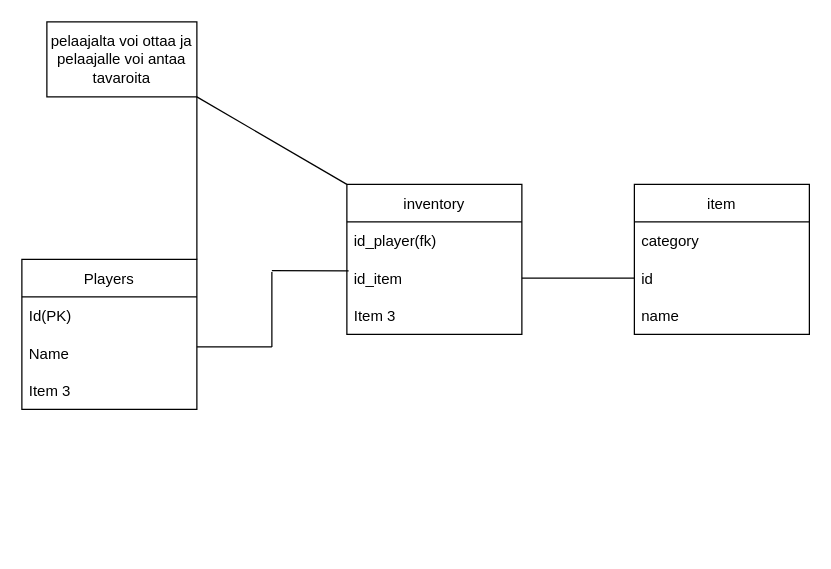
Above: Nimetön kaavio.drawio in danielmakela/Database (draw.io), before the change. Source tidied: cells renumbered, new cells numbered last; positions are measured from the earlier drawing's top-left corner, leaving out a move shared by most shapes. Both pictures are drawn from the tidied source at 125%, with x=0, y=0 at pixel (21, 21).
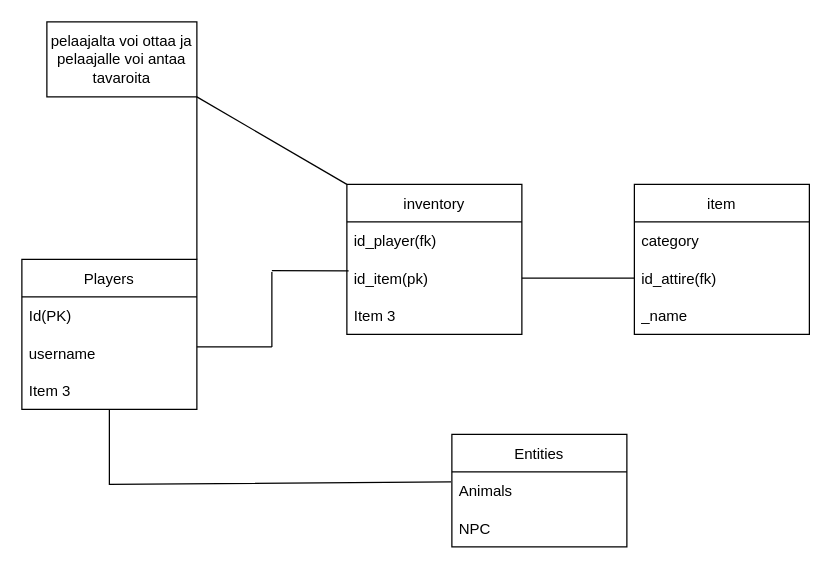
The same page after the edit.

The change refers to these unchanged cells:
```xml
<mxCell id="2" value="Players" style="swimlane;fontStyle=0;horizontal=1;startSize=30;" parent="1" vertex="1">
  <mxGeometry y="190" width="140" height="120" as="geometry" />
</mxCell>
<mxCell id="6" value="inventory" style="swimlane;fontStyle=0;horizontal=1;startSize=30;" parent="1" vertex="1">
  <mxGeometry x="260" y="130" width="140" height="120" as="geometry" />
</mxCell>
<mxCell id="10" value="item" style="swimlane;fontStyle=0;horizontal=1;startSize=30;" parent="1" vertex="1">
  <mxGeometry x="490" y="130" width="140" height="120" as="geometry" />
</mxCell>
```

Change to the diagram source:
```diff
@@
-    <mxCell id="4" value="Name" style="text;strokeColor=none;fillColor=none;align=left;verticalAlign=middle;spacingLeft=4;spacingRight=4;overflow=hidden;" parent="2" vertex="1">
+    <mxCell id="4" value="username" style="text;strokeColor=none;fillColor=none;align=left;verticalAlign=middle;spacingLeft=4;spacingRight=4;overflow=hidden;" parent="2" vertex="1">
       <mxGeometry y="60" width="140" height="30" as="geometry" />
     </mxCell>
@@
-    <mxCell id="8" value="id_item" style="text;strokeColor=none;fillColor=none;align=left;verticalAlign=middle;spacingLeft=4;spacingRight=4;overflow=hidden;points=[[0,0.5],[1,0.5]];portConstraint=eastwest;" parent="6" vertex="1">
+    <mxCell id="8" value="id_item(pk)" style="text;strokeColor=none;fillColor=none;align=left;verticalAlign=middle;spacingLeft=4;spacingRight=4;overflow=hidden;points=[[0,0.5],[1,0.5]];portConstraint=eastwest;" parent="6" vertex="1">
       <mxGeometry y="60" width="140" height="30" as="geometry" />
     </mxCell>
@@
-    <mxCell id="12" value="id" style="text;strokeColor=none;fillColor=none;align=left;verticalAlign=middle;spacingLeft=4;spacingRight=4;overflow=hidden;points=[[0,0.5],[1,0.5]];portConstraint=eastwest;" parent="10" vertex="1">
+    <mxCell id="12" value="id_attire(fk)" style="text;strokeColor=none;fillColor=none;align=left;verticalAlign=middle;spacingLeft=4;spacingRight=4;overflow=hidden;points=[[0,0.5],[1,0.5]];portConstraint=eastwest;" parent="10" vertex="1">
       <mxGeometry y="60" width="140" height="30" as="geometry" />
     </mxCell>
-    <mxCell id="13" value="name" style="text;strokeColor=none;fillColor=none;align=left;verticalAlign=middle;spacingLeft=4;spacingRight=4;overflow=hidden;" parent="10" vertex="1">
+    <mxCell id="13" value="_name" style="text;strokeColor=none;fillColor=none;align=left;verticalAlign=middle;spacingLeft=4;spacingRight=4;overflow=hidden;" parent="10" vertex="1">
       <mxGeometry y="90" width="140" height="30" as="geometry" />
     </mxCell>
@@
+    <mxCell id="21" value="Entities" style="swimlane;fontStyle=0;horizontal=1;startSize=30;" parent="1" vertex="1">
+      <mxGeometry x="344" y="330" width="140" height="90" as="geometry" />
+    </mxCell>
+    <mxCell id="22" value="Animals" style="text;strokeColor=none;fillColor=none;align=left;verticalAlign=middle;spacingLeft=4;spacingRight=4;overflow=hidden;points=[[0,0.5],[1,0.5]];portConstraint=eastwest;" parent="21" vertex="1">
+      <mxGeometry y="30" width="140" height="30" as="geometry" />
+    </mxCell>
+    <mxCell id="23" value="NPC" style="text;strokeColor=none;fillColor=none;align=left;verticalAlign=middle;spacingLeft=4;spacingRight=4;overflow=hidden;" parent="21" vertex="1">
+      <mxGeometry y="60" width="140" height="30" as="geometry" />
+    </mxCell>
+    <mxCell id="24" style="endArrow=none;html=1;rounded=0;exitX=-0.005;exitY=0.267;exitDx=0;exitDy=0;exitPerimeter=0;" parent="1" edge="1" source="22">
+      <mxGeometry relative="1" as="geometry">
+        <mxPoint x="70" y="370" as="targetPoint" />
+        <Array as="points">
+          <mxPoint x="70" y="370" />
+          <mxPoint x="70" y="310" />
+        </Array>
+      </mxGeometry>
+    </mxCell>
```
